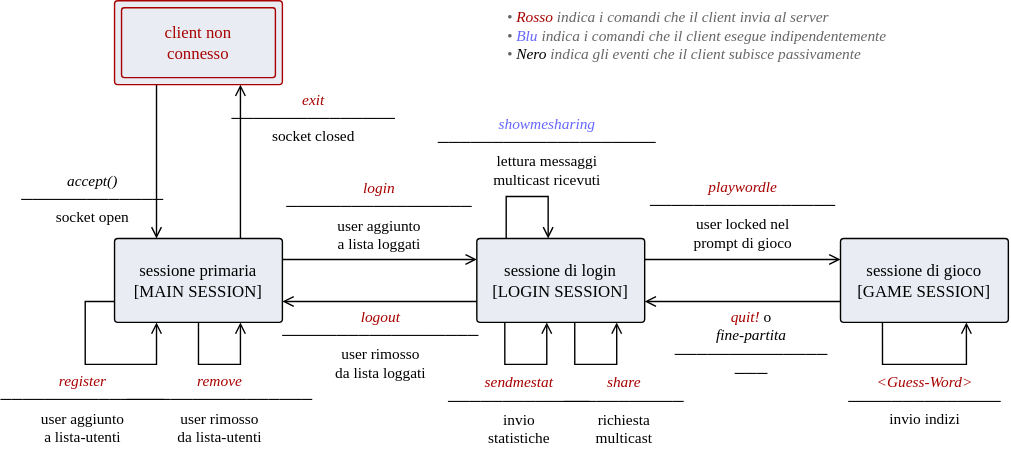
This is relazione/notes/asf.svg from matteogiorgi/wordle, a draw.io export, as it was before one commit. Source tidied: cells renumbered, new cells last; positions are measured from the earlier drawing's top-left corner, leaving out a move shared by most shapes.
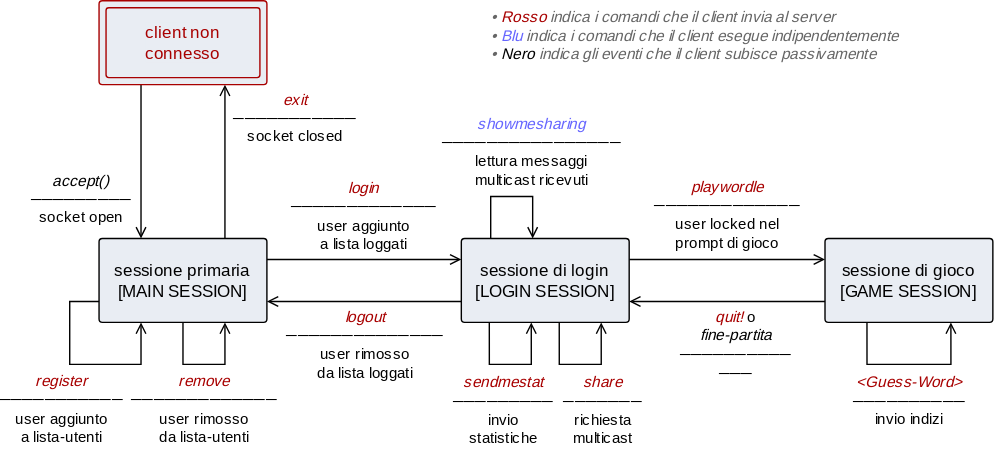
After the change.

Diff of the diagram source:
```diff
@@ -5,7 +5,7 @@
     <mxCell id="2" style="edgeStyle=orthogonalEdgeStyle;shape=connector;curved=1;rounded=1;jettySize=auto;html=1;exitX=1;exitY=0.25;exitDx=0;exitDy=0;entryX=0;entryY=0.25;entryDx=0;entryDy=0;labelBackgroundColor=default;strokeColor=#000000;fontFamily=Ubuntu Mono;fontSize=11;fontColor=#000000;endArrow=open;endFill=0;" parent="1" edge="1" source="6" target="11">
       <mxGeometry relative="1" as="geometry" />
     </mxCell>
-    <mxCell id="3" value="&lt;span style=&quot;font-size: 11px;&quot;&gt;&lt;i style=&quot;font-size: 11px;&quot;&gt;&lt;font color=&quot;#a80000&quot; style=&quot;font-size: 11px;&quot;&gt;login&lt;/font&gt;&lt;/i&gt;&lt;br style=&quot;font-size: 11px;&quot;&gt;&lt;font style=&quot;font-size: 11px;&quot;&gt;─────────────────&lt;br style=&quot;font-size: 11px;&quot;&gt;&lt;/font&gt;user aggiunto&lt;br style=&quot;font-size: 11px;&quot;&gt;a lista loggati&lt;br style=&quot;font-size: 11px;&quot;&gt;&lt;/span&gt;" style="edgeLabel;html=1;align=center;verticalAlign=middle;fontSize=11;fontFamily=Ubuntu Mono;fontColor=#000000;fontStyle=0;labelBackgroundColor=none;" parent="2" vertex="1">
+    <mxCell id="3" value="&lt;span style=&quot;font-size: 11px;&quot;&gt;&lt;i style=&quot;font-size: 11px;&quot;&gt;&lt;font color=&quot;#a80000&quot; style=&quot;font-size: 11px;&quot;&gt;login&lt;/font&gt;&lt;/i&gt;&lt;br style=&quot;font-size: 11px;&quot;&gt;&lt;font style=&quot;font-size: 11px;&quot;&gt;─────────────&lt;br style=&quot;font-size: 11px;&quot;&gt;&lt;/font&gt;user aggiunto&lt;br style=&quot;font-size: 11px;&quot;&gt;a lista loggati&lt;br style=&quot;font-size: 11px;&quot;&gt;&lt;/span&gt;" style="edgeLabel;html=1;align=center;verticalAlign=middle;fontSize=11;fontFamily=Ubuntu Mono;fontColor=#000000;fontStyle=0;labelBackgroundColor=none;" parent="2" vertex="1">
       <mxGeometry x="-0.13" y="1" relative="1" as="geometry">
         <mxPoint x="8" y="-30" as="offset" />
       </mxGeometry>
@@ -13,9 +13,9 @@
     <mxCell id="4" style="edgeStyle=orthogonalEdgeStyle;rounded=0;jettySize=auto;html=1;exitX=0.75;exitY=0;exitDx=0;exitDy=0;entryX=0.75;entryY=1;entryDx=0;entryDy=0;fontFamily=Ubuntu Mono;fontSize=12;fontColor=#000000;endArrow=open;endFill=0;" parent="1" edge="1" source="6" target="17">
       <mxGeometry relative="1" as="geometry" />
     </mxCell>
-    <mxCell id="5" value="&lt;i style=&quot;font-size: 11px;&quot;&gt;&lt;font color=&quot;#a80000&quot; style=&quot;font-size: 11px;&quot;&gt;exit&lt;/font&gt;&lt;/i&gt;&lt;br style=&quot;font-size: 11px;&quot;&gt;───────────────&lt;br style=&quot;font-size: 11px;&quot;&gt;socket closed" style="edgeLabel;html=1;align=center;verticalAlign=middle;fontSize=11;fontFamily=Ubuntu Mono;fontColor=#000000;labelBackgroundColor=none;" parent="4" vertex="1">
+    <mxCell id="5" value="&lt;i style=&quot;font-size: 11px;&quot;&gt;&lt;font color=&quot;#a80000&quot; style=&quot;font-size: 11px;&quot;&gt;exit&lt;/font&gt;&lt;/i&gt;&lt;br style=&quot;font-size: 11px;&quot;&gt;───────────&lt;br style=&quot;font-size: 11px;&quot;&gt;socket closed" style="edgeLabel;html=1;align=center;verticalAlign=middle;fontSize=11;fontFamily=Ubuntu Mono;fontColor=#000000;labelBackgroundColor=none;" parent="4" vertex="1">
       <mxGeometry x="0.01" y="-1" relative="1" as="geometry">
-        <mxPoint x="51" y="-31" as="offset" />
+        <mxPoint x="49" y="-31" as="offset" />
       </mxGeometry>
     </mxCell>
     <mxCell id="6" value="sessione primaria&lt;br&gt;[MAIN SESSION]" style="rounded=1;whiteSpace=wrap;html=1;fontFamily=Ubuntu Mono;fontSize=12;labelBackgroundColor=#e9edf3;fillColor=#e9edf3;arcSize=4;strokeColor=#000000;fontColor=#000000;" parent="1" vertex="1">
@@ -24,7 +24,7 @@
     <mxCell id="7" style="edgeStyle=orthogonalEdgeStyle;shape=connector;curved=1;rounded=1;jettySize=auto;html=1;exitX=0;exitY=0.75;exitDx=0;exitDy=0;entryX=1;entryY=0.75;entryDx=0;entryDy=0;labelBackgroundColor=default;strokeColor=#000000;fontFamily=Ubuntu Mono;fontSize=11;fontColor=#000000;endArrow=open;endFill=0;" parent="1" edge="1" source="11" target="6">
       <mxGeometry relative="1" as="geometry" />
     </mxCell>
-    <mxCell id="8" value="&lt;span style=&quot;font-size: 11px;&quot;&gt;&lt;i style=&quot;font-size: 11px;&quot;&gt;&lt;font color=&quot;#a80000&quot; style=&quot;font-size: 11px;&quot;&gt;logout&lt;/font&gt;&lt;/i&gt;&lt;br style=&quot;font-size: 11px;&quot;&gt;&lt;font style=&quot;font-size: 11px;&quot;&gt;──────────────────&lt;br style=&quot;font-size: 11px;&quot;&gt;&lt;/font&gt;user rimosso&lt;br style=&quot;font-size: 11px;&quot;&gt;da lista loggati&lt;br style=&quot;font-size: 11px;&quot;&gt;&lt;/span&gt;" style="edgeLabel;html=1;align=center;verticalAlign=middle;fontSize=11;fontFamily=Ubuntu Mono;fontColor=#000000;fontStyle=0;labelBackgroundColor=none;" parent="7" vertex="1">
+    <mxCell id="8" value="&lt;span style=&quot;font-size: 11px;&quot;&gt;&lt;i style=&quot;font-size: 11px;&quot;&gt;&lt;font color=&quot;#a80000&quot; style=&quot;font-size: 11px;&quot;&gt;logout&lt;/font&gt;&lt;/i&gt;&lt;br style=&quot;font-size: 11px;&quot;&gt;&lt;font style=&quot;font-size: 11px;&quot;&gt;──────────────&lt;br style=&quot;font-size: 11px;&quot;&gt;&lt;/font&gt;user rimosso&lt;br style=&quot;font-size: 11px;&quot;&gt;da lista loggati&lt;br style=&quot;font-size: 11px;&quot;&gt;&lt;/span&gt;" style="edgeLabel;html=1;align=center;verticalAlign=middle;fontSize=11;fontFamily=Ubuntu Mono;fontColor=#000000;fontStyle=0;labelBackgroundColor=none;" parent="7" vertex="1">
       <mxGeometry x="-0.04" y="-1" relative="1" as="geometry">
         <mxPoint x="-2" y="32" as="offset" />
       </mxGeometry>
@@ -32,7 +32,7 @@
     <mxCell id="9" style="edgeStyle=orthogonalEdgeStyle;shape=connector;curved=1;rounded=1;jettySize=auto;html=1;exitX=1;exitY=0.25;exitDx=0;exitDy=0;entryX=0;entryY=0.25;entryDx=0;entryDy=0;labelBackgroundColor=default;strokeColor=#000000;fontFamily=Ubuntu Mono;fontSize=11;fontColor=#000000;endArrow=open;endFill=0;" parent="1" edge="1" source="11" target="14">
       <mxGeometry relative="1" as="geometry" />
     </mxCell>
-    <mxCell id="10" value="&lt;span style=&quot;font-size: 11px;&quot;&gt;&lt;i style=&quot;font-size: 11px;&quot;&gt;&lt;font color=&quot;#a80000&quot; style=&quot;font-size: 11px;&quot;&gt;playwordle&lt;/font&gt;&lt;/i&gt;&lt;br style=&quot;font-size: 11px;&quot;&gt;&lt;font style=&quot;font-size: 11px;&quot;&gt;─────────────────&lt;br style=&quot;font-size: 11px;&quot;&gt;&lt;/font&gt;user locked nel&lt;br style=&quot;font-size: 11px;&quot;&gt;prompt di gioco&lt;br style=&quot;font-size: 11px;&quot;&gt;&lt;/span&gt;" style="edgeLabel;html=1;align=center;verticalAlign=middle;fontSize=11;fontFamily=Ubuntu Mono;fontColor=#000000;fontStyle=0;labelBackgroundColor=none;" parent="9" vertex="1">
+    <mxCell id="10" value="&lt;span style=&quot;font-size: 11px;&quot;&gt;&lt;i style=&quot;font-size: 11px;&quot;&gt;&lt;font color=&quot;#a80000&quot; style=&quot;font-size: 11px;&quot;&gt;playwordle&lt;/font&gt;&lt;/i&gt;&lt;br style=&quot;font-size: 11px;&quot;&gt;&lt;font style=&quot;font-size: 11px;&quot;&gt;─────────────&lt;br style=&quot;font-size: 11px;&quot;&gt;&lt;/font&gt;user locked nel&lt;br style=&quot;font-size: 11px;&quot;&gt;prompt di gioco&lt;br style=&quot;font-size: 11px;&quot;&gt;&lt;/span&gt;" style="edgeLabel;html=1;align=center;verticalAlign=middle;fontSize=11;fontFamily=Ubuntu Mono;fontColor=#000000;fontStyle=0;labelBackgroundColor=none;" parent="9" vertex="1">
       <mxGeometry x="0.08" y="1" relative="1" as="geometry">
         <mxPoint x="-6" y="-31" as="offset" />
       </mxGeometry>
@@ -43,7 +43,7 @@
     <mxCell id="12" style="edgeStyle=orthogonalEdgeStyle;shape=connector;curved=1;rounded=1;jettySize=auto;html=1;exitX=0;exitY=0.75;exitDx=0;exitDy=0;entryX=1;entryY=0.75;entryDx=0;entryDy=0;labelBackgroundColor=default;strokeColor=#000000;fontFamily=Ubuntu Mono;fontSize=11;fontColor=#000000;endArrow=open;endFill=0;" parent="1" edge="1" source="14" target="11">
       <mxGeometry relative="1" as="geometry" />
     </mxCell>
-    <mxCell id="13" value="&lt;i style=&quot;font-size: 11px;&quot;&gt;&lt;font color=&quot;#a80000&quot; style=&quot;font-size: 11px;&quot;&gt;quit!&lt;/font&gt;&lt;/i&gt; o&lt;br style=&quot;font-size: 11px;&quot;&gt;&lt;i&gt;fine-partita&lt;/i&gt;&lt;br style=&quot;font-size: 11px;&quot;&gt;&lt;font style=&quot;font-size: 11px;&quot;&gt;──────────────&lt;/font&gt;&lt;br style=&quot;font-size: 11px;&quot;&gt;───" style="edgeLabel;html=1;align=center;verticalAlign=middle;fontSize=11;fontFamily=Ubuntu Mono;fontColor=#000000;labelBackgroundColor=none;" parent="12" vertex="1">
+    <mxCell id="13" value="&lt;i style=&quot;font-size: 11px;&quot;&gt;&lt;font color=&quot;#a80000&quot; style=&quot;font-size: 11px;&quot;&gt;quit!&lt;/font&gt;&lt;/i&gt; o&lt;br style=&quot;font-size: 11px;&quot;&gt;&lt;i&gt;fine-partita&lt;/i&gt;&lt;br style=&quot;font-size: 11px;&quot;&gt;&lt;font style=&quot;font-size: 11px;&quot;&gt;──────────&lt;/font&gt;&lt;br style=&quot;font-size: 11px;&quot;&gt;───" style="edgeLabel;html=1;align=center;verticalAlign=middle;fontSize=11;fontFamily=Ubuntu Mono;fontColor=#000000;labelBackgroundColor=none;" parent="12" vertex="1">
       <mxGeometry x="0.08" relative="1" as="geometry">
         <mxPoint x="11" y="31" as="offset" />
       </mxGeometry>
@@ -54,9 +54,9 @@
     <mxCell id="15" style="edgeStyle=orthogonalEdgeStyle;rounded=0;jettySize=auto;html=1;exitX=0.25;exitY=1;exitDx=0;exitDy=0;entryX=0.25;entryY=0;entryDx=0;entryDy=0;fontFamily=Ubuntu Mono;fontSize=12;fontColor=#000000;endArrow=open;endFill=0;" parent="1" edge="1" source="17" target="6">
       <mxGeometry relative="1" as="geometry" />
     </mxCell>
-    <mxCell id="16" value="&lt;i&gt;accept()&lt;/i&gt;&lt;br style=&quot;font-size: 11px;&quot;&gt;─────────────&lt;br style=&quot;font-size: 11px;&quot;&gt;socket open" style="edgeLabel;html=1;align=center;verticalAlign=middle;fontSize=11;fontFamily=Ubuntu Mono;fontColor=#000000;labelBackgroundColor=none;" parent="15" vertex="1">
+    <mxCell id="16" value="&lt;i&gt;accept()&lt;/i&gt;&lt;br style=&quot;font-size: 11px;&quot;&gt;─────────&lt;br style=&quot;font-size: 11px;&quot;&gt;socket open" style="edgeLabel;html=1;align=center;verticalAlign=middle;fontSize=11;fontFamily=Ubuntu Mono;fontColor=#000000;labelBackgroundColor=none;" parent="15" vertex="1">
       <mxGeometry x="-0.18" y="2" relative="1" as="geometry">
-        <mxPoint x="-48" y="37" as="offset" />
+        <mxPoint x="-45" y="37" as="offset" />
       </mxGeometry>
     </mxCell>
     <mxCell id="17" value="client non&lt;br&gt;connesso" style="whiteSpace=wrap;html=1;rounded=1;labelBackgroundColor=#e9edf3;strokeColor=#a80000;fontFamily=Ubuntu Mono;fontSize=12;fontColor=#A80000;fillColor=#e9edf3;arcSize=4;" parent="1" vertex="1">
@@ -71,9 +71,9 @@
         </Array>
       </mxGeometry>
     </mxCell>
-    <mxCell id="19" value="&lt;i style=&quot;font-size: 11px;&quot;&gt;&lt;font color=&quot;#a80000&quot; style=&quot;font-size: 11px;&quot;&gt;register&lt;/font&gt;&lt;/i&gt;&lt;br style=&quot;font-size: 11px;&quot;&gt;───────────────&lt;br style=&quot;font-size: 11px;&quot;&gt;user aggiunto&lt;br style=&quot;font-size: 11px;&quot;&gt;a lista-utenti" style="edgeLabel;html=1;align=center;verticalAlign=middle;fontSize=11;fontFamily=Ubuntu Mono;fontColor=#000000;labelBackgroundColor=none;" parent="18" vertex="1">
+    <mxCell id="19" value="&lt;i style=&quot;font-size: 11px;&quot;&gt;&lt;font color=&quot;#a80000&quot; style=&quot;font-size: 11px;&quot;&gt;register&lt;/font&gt;&lt;/i&gt;&lt;br style=&quot;font-size: 11px;&quot;&gt;───────────&lt;br style=&quot;font-size: 11px;&quot;&gt;user aggiunto&lt;br style=&quot;font-size: 11px;&quot;&gt;a lista-utenti" style="edgeLabel;html=1;align=center;verticalAlign=middle;fontSize=11;fontFamily=Ubuntu Mono;fontColor=#000000;labelBackgroundColor=none;" parent="18" vertex="1">
       <mxGeometry x="0.26" y="-1" relative="1" as="geometry">
-        <mxPoint x="-29" y="31" as="offset" />
+        <mxPoint x="-33" y="31" as="offset" />
       </mxGeometry>
     </mxCell>
     <mxCell id="20" style="whiteSpace=wrap;html=1;rounded=1;labelBackgroundColor=#e9edf3;strokeColor=#A80000;fontFamily=Ubuntu Mono;fontSize=12;fontColor=#000000;fillColor=none;arcSize=4;" parent="1" vertex="1">
@@ -87,7 +87,7 @@
         </Array>
       </mxGeometry>
     </mxCell>
-    <mxCell id="22" value="&lt;i style=&quot;font-size: 11px;&quot;&gt;&lt;font color=&quot;#a80000&quot; style=&quot;font-size: 11px;&quot;&gt;remove&lt;/font&gt;&lt;/i&gt;&lt;br style=&quot;font-size: 11px;&quot;&gt;─────────────────&lt;br style=&quot;font-size: 11px;&quot;&gt;user rimosso&lt;br style=&quot;font-size: 11px;&quot;&gt;da lista-utenti" style="edgeLabel;html=1;align=center;verticalAlign=middle;fontSize=11;fontFamily=Ubuntu Mono;fontColor=#000000;labelBackgroundColor=none;" parent="21" vertex="1">
+    <mxCell id="22" value="&lt;i style=&quot;font-size: 11px;&quot;&gt;&lt;font color=&quot;#a80000&quot; style=&quot;font-size: 11px;&quot;&gt;remove&lt;/font&gt;&lt;/i&gt;&lt;br style=&quot;font-size: 11px;&quot;&gt;─────────────&lt;br style=&quot;font-size: 11px;&quot;&gt;user rimosso&lt;br style=&quot;font-size: 11px;&quot;&gt;da lista-utenti" style="edgeLabel;html=1;align=center;verticalAlign=middle;fontSize=11;fontFamily=Ubuntu Mono;fontColor=#000000;labelBackgroundColor=none;" parent="21" vertex="1">
       <mxGeometry x="0.13" y="1" relative="1" as="geometry">
         <mxPoint x="-6" y="33" as="offset" />
       </mxGeometry>
@@ -102,7 +102,7 @@
         </Array>
       </mxGeometry>
     </mxCell>
-    <mxCell id="24" value="&lt;i style=&quot;font-size: 11px;&quot;&gt;&lt;font color=&quot;#a80000&quot; style=&quot;font-size: 11px;&quot;&gt;sendmestat&lt;/font&gt;&lt;/i&gt;&lt;br style=&quot;font-size: 11px;&quot;&gt;─────────────&lt;br style=&quot;font-size: 11px;&quot;&gt;invio&lt;br&gt;statistiche" style="edgeLabel;html=1;align=center;verticalAlign=middle;fontSize=11;fontFamily=Ubuntu Mono;fontColor=#000000;labelBackgroundColor=none;" parent="23" vertex="1">
+    <mxCell id="24" value="&lt;i style=&quot;font-size: 11px;&quot;&gt;&lt;font color=&quot;#a80000&quot; style=&quot;font-size: 11px;&quot;&gt;sendmestat&lt;/font&gt;&lt;/i&gt;&lt;br style=&quot;font-size: 11px;&quot;&gt;─────────&lt;br style=&quot;font-size: 11px;&quot;&gt;invio&lt;br&gt;statistiche" style="edgeLabel;html=1;align=center;verticalAlign=middle;fontSize=11;fontFamily=Ubuntu Mono;fontColor=#000000;labelBackgroundColor=none;" parent="23" vertex="1">
       <mxGeometry x="0.07" y="1" relative="1" as="geometry">
         <mxPoint x="-8" y="34" as="offset" />
       </mxGeometry>
@@ -117,9 +117,9 @@
         </Array>
       </mxGeometry>
     </mxCell>
-    <mxCell id="26" value="&lt;i style=&quot;font-size: 11px;&quot;&gt;&lt;font color=&quot;#a80000&quot; style=&quot;font-size: 11px;&quot;&gt;share&lt;/font&gt;&lt;/i&gt;&lt;br style=&quot;font-size: 11px;&quot;&gt;───────────&lt;br style=&quot;font-size: 11px;&quot;&gt;richiesta&lt;br&gt;multicast" style="edgeLabel;html=1;align=center;verticalAlign=middle;fontSize=11;fontFamily=Ubuntu Mono;fontColor=#000000;labelBackgroundColor=none;" parent="25" vertex="1">
+    <mxCell id="26" value="&lt;i style=&quot;font-size: 11px;&quot;&gt;&lt;font color=&quot;#a80000&quot; style=&quot;font-size: 11px;&quot;&gt;share&lt;/font&gt;&lt;/i&gt;&lt;br style=&quot;font-size: 11px;&quot;&gt;───────&lt;br style=&quot;font-size: 11px;&quot;&gt;richiesta&lt;br&gt;multicast" style="edgeLabel;html=1;align=center;verticalAlign=middle;fontSize=11;fontFamily=Ubuntu Mono;fontColor=#000000;labelBackgroundColor=none;" parent="25" vertex="1">
       <mxGeometry x="0.21" y="1" relative="1" as="geometry">
-        <mxPoint x="10" y="34" as="offset" />
+        <mxPoint x="6" y="34" as="offset" />
       </mxGeometry>
     </mxCell>
     <mxCell id="27" style="edgeStyle=orthogonalEdgeStyle;rounded=0;orthogonalLoop=1;jettySize=auto;html=1;exitX=0.25;exitY=1;exitDx=0;exitDy=0;entryX=0.75;entryY=1;entryDx=0;entryDy=0;fontFamily=Ubuntu Mono;fontSize=12;fontColor=#000000;endArrow=open;endFill=0;" parent="1" edge="1" source="14" target="14">
@@ -130,7 +130,7 @@
         </Array>
       </mxGeometry>
     </mxCell>
-    <mxCell id="28" value="&lt;i&gt;&lt;font color=&quot;#a80000&quot;&gt;&amp;lt;Guess-Word&amp;gt;&lt;/font&gt;&lt;/i&gt;&lt;br style=&quot;font-size: 11px;&quot;&gt;──────────────&lt;br style=&quot;font-size: 11px;&quot;&gt;invio indizi" style="edgeLabel;html=1;align=center;verticalAlign=middle;fontSize=11;fontFamily=Ubuntu Mono;fontColor=#000000;labelBackgroundColor=none;" parent="27" vertex="1">
+    <mxCell id="28" value="&lt;i&gt;&lt;font color=&quot;#a80000&quot;&gt;&amp;lt;Guess-Word&amp;gt;&lt;/font&gt;&lt;/i&gt;&lt;br style=&quot;font-size: 11px;&quot;&gt;──────────&lt;br style=&quot;font-size: 11px;&quot;&gt;invio indizi" style="edgeLabel;html=1;align=center;verticalAlign=middle;fontSize=11;fontFamily=Ubuntu Mono;fontColor=#000000;labelBackgroundColor=none;" parent="27" vertex="1">
       <mxGeometry x="-0.22" y="2" relative="1" as="geometry">
         <mxPoint x="13" y="28" as="offset" />
       </mxGeometry>
@@ -145,7 +145,7 @@
         </Array>
       </mxGeometry>
     </mxCell>
-    <mxCell id="30" value="&lt;i&gt;&lt;font color=&quot;#6666ff&quot;&gt;showmesharing&lt;/font&gt;&lt;br&gt;&lt;/i&gt;&lt;div&gt;────────────────────&lt;/div&gt;&lt;div&gt;lettura messaggi&lt;/div&gt;&lt;div&gt;multicast ricevuti&lt;/div&gt;" style="edgeLabel;html=1;align=center;verticalAlign=middle;labelBackgroundColor=none;fontFamily=Ubuntu Mono;fontSource=https%3A%2F%2Ffonts.googleapis.com%2Fcss%3Ffamily%3DUbuntu%2BMono;" parent="29" vertex="1">
+    <mxCell id="30" value="&lt;i&gt;&lt;font color=&quot;#6666ff&quot;&gt;showmesharing&lt;/font&gt;&lt;br&gt;&lt;/i&gt;&lt;div&gt;────────────────&lt;/div&gt;&lt;div&gt;lettura messaggi&lt;/div&gt;&lt;div&gt;multicast ricevuti&lt;/div&gt;" style="edgeLabel;html=1;align=center;verticalAlign=middle;labelBackgroundColor=none;fontFamily=Ubuntu Mono;fontSource=https%3A%2F%2Ffonts.googleapis.com%2Fcss%3Ffamily%3DUbuntu%2BMono;" parent="29" vertex="1">
       <mxGeometry x="-0.14" y="1" relative="1" as="geometry">
         <mxPoint x="20" y="-31" as="offset" />
       </mxGeometry>
```
